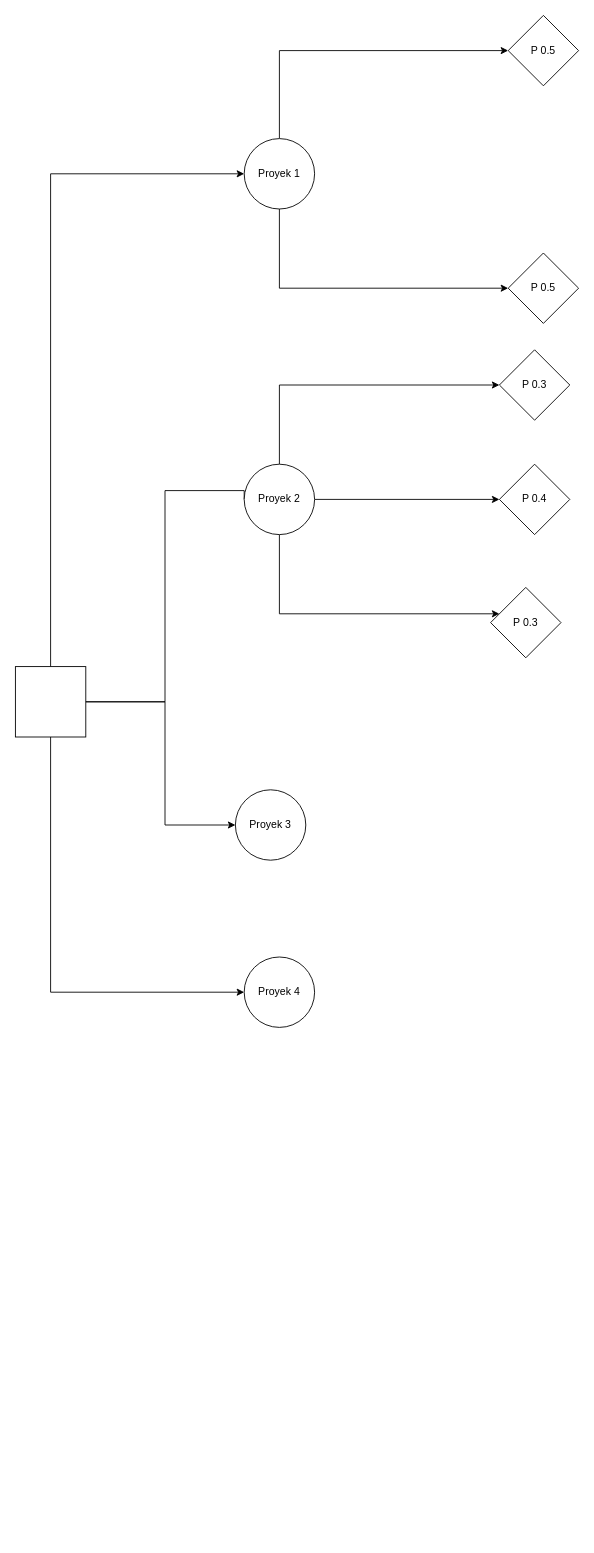
The draw.io diagram week13.drawio in thirza258/draw.io, before the edit. Source tidied: cells renumbered, new cells numbered last; positions are measured from the earlier drawing's top-left corner, leaving out a move shared by most shapes. Both pictures are drawn from the tidied source at 88%, with x=0, y=0 at pixel (15, 15).
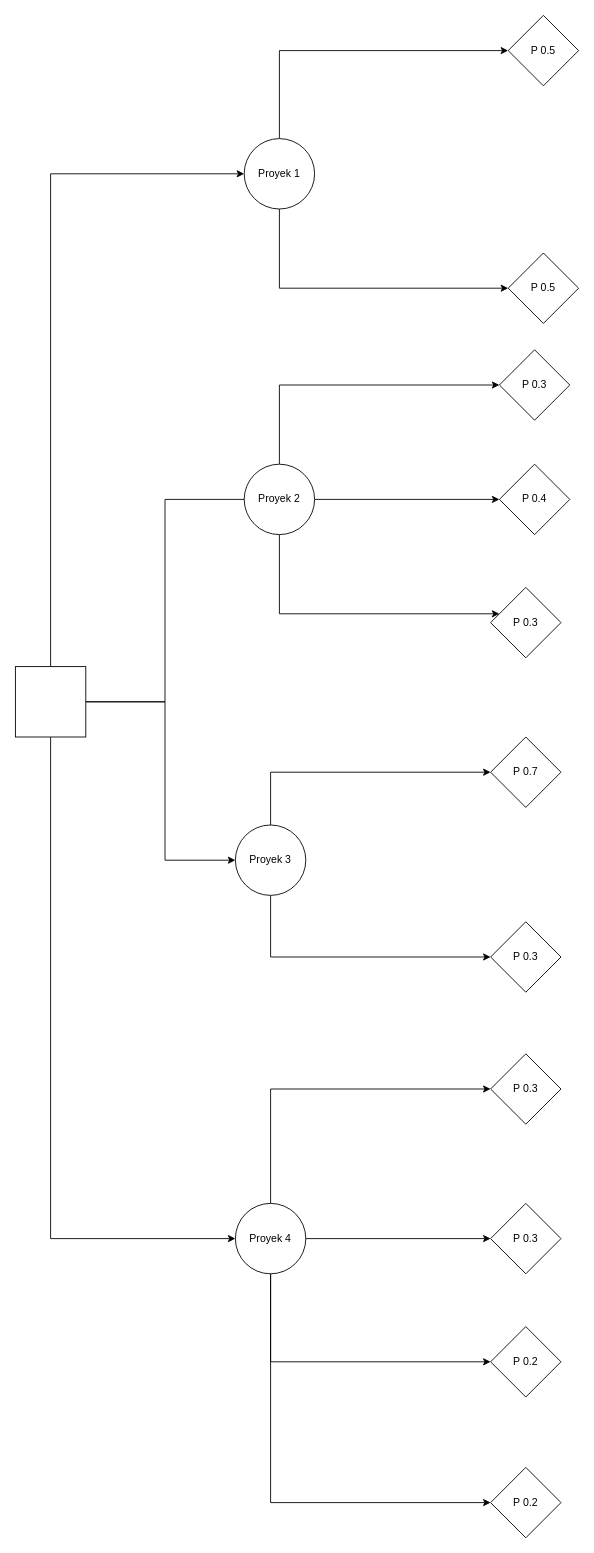
The same page after the edit.

The change refers to these unchanged cells:
```xml
<mxCell id="5" style="whiteSpace=wrap;html=1;" parent="1" vertex="1">
  <mxGeometry y="740" width="80" height="80" as="geometry" />
</mxCell>
<mxCell id="10" value="Proyek 2" style="ellipse;whiteSpace=wrap;html=1;" parent="1" vertex="1">
  <mxGeometry x="260" y="510" width="80" height="80" as="geometry" />
</mxCell>
```

The edit, as a diff of the source:
```diff
@@
     <mxCell id="2" style="rounded=0;jettySize=auto;html=1;entryX=0;entryY=0.5;entryDx=0;entryDy=0;edgeStyle=orthogonalEdgeStyle;" parent="1" edge="1" source="5" target="11">
       <mxGeometry relative="1" as="geometry">
         <Array as="points">
           <mxPoint x="170" y="780" />
-          <mxPoint x="170" y="920" />
+          <mxPoint x="170" y="960" />
         </Array>
       </mxGeometry>
     </mxCell>
     <mxCell id="3" style="edgeStyle=orthogonalEdgeStyle;rounded=0;jettySize=auto;html=1;entryX=0;entryY=0.5;entryDx=0;entryDy=0;" parent="1" edge="1" source="5" target="12">
       <mxGeometry relative="1" as="geometry">
         <Array as="points">
-          <mxPoint x="40" y="1110" />
+          <mxPoint x="40" y="1390" />
         </Array>
       </mxGeometry>
     </mxCell>
@@
     <mxCell id="6" style="rounded=0;jettySize=auto;html=1;exitX=0;exitY=0.5;exitDx=0;exitDy=0;endArrow=none;endFill=0;entryX=1;entryY=0.5;entryDx=0;entryDy=0;edgeStyle=orthogonalEdgeStyle;" parent="1" edge="1" source="10" target="5">
       <mxGeometry relative="1" as="geometry">
         <Array as="points">
-          <mxPoint x="260" y="540" />
-          <mxPoint x="170" y="540" />
+          <mxPoint x="170" y="550" />
           <mxPoint x="170" y="780" />
         </Array>
       </mxGeometry>
     </mxCell>
@@
+    <mxCell id="21" style="edgeStyle=orthogonalEdgeStyle;rounded=0;jettySize=auto;html=1;" parent="1" edge="1" source="11" target="27">
+      <mxGeometry relative="1" as="geometry">
+        <Array as="points">
+          <mxPoint x="290" y="860" />
+        </Array>
+      </mxGeometry>
+    </mxCell>
+    <mxCell id="22" style="edgeStyle=orthogonalEdgeStyle;rounded=0;jettySize=auto;html=1;" parent="1" edge="1" source="11" target="28">
+      <mxGeometry relative="1" as="geometry">
+        <Array as="points">
+          <mxPoint x="290" y="1070" />
+        </Array>
+      </mxGeometry>
+    </mxCell>
     <mxCell id="11" value="Proyek 3" style="ellipse;whiteSpace=wrap;html=1;" parent="1" vertex="1">
-      <mxGeometry x="250" y="880" width="80" height="80" as="geometry" />
+      <mxGeometry x="250" y="920" width="80" height="80" as="geometry" />
     </mxCell>
+    <mxCell id="23" style="edgeStyle=orthogonalEdgeStyle;rounded=0;jettySize=auto;html=1;" parent="1" edge="1" source="12" target="29">
+      <mxGeometry relative="1" as="geometry">
+        <Array as="points">
+          <mxPoint x="290" y="1220" />
+        </Array>
+      </mxGeometry>
+    </mxCell>
+    <mxCell id="24" style="edgeStyle=orthogonalEdgeStyle;rounded=0;jettySize=auto;html=1;" parent="1" edge="1" source="12" target="30">
+      <mxGeometry relative="1" as="geometry">
+        <Array as="points">
+          <mxPoint x="290" y="1390" />
+        </Array>
+      </mxGeometry>
+    </mxCell>
+    <mxCell id="25" style="edgeStyle=orthogonalEdgeStyle;rounded=0;jettySize=auto;html=1;" parent="1" edge="1" source="12" target="31">
+      <mxGeometry relative="1" as="geometry">
+        <Array as="points">
+          <mxPoint x="290" y="1530" />
+        </Array>
+      </mxGeometry>
+    </mxCell>
+    <mxCell id="26" style="edgeStyle=orthogonalEdgeStyle;rounded=0;jettySize=auto;html=1;" parent="1" edge="1" source="12" target="32">
+      <mxGeometry relative="1" as="geometry">
+        <Array as="points">
+          <mxPoint x="290" y="1690" />
+        </Array>
+      </mxGeometry>
+    </mxCell>
     <mxCell id="12" value="Proyek 4" style="ellipse;whiteSpace=wrap;html=1;" parent="1" vertex="1">
-      <mxGeometry x="260" y="1070" width="80" height="80" as="geometry" />
+      <mxGeometry x="250" y="1350" width="80" height="80" as="geometry" />
     </mxCell>
@@
+    <mxCell id="27" value="P 0.7" style="rhombus;whiteSpace=wrap;html=1;" parent="1" vertex="1">
+      <mxGeometry x="540" y="820" width="80" height="80" as="geometry" />
+    </mxCell>
+    <mxCell id="28" value="P 0.3" style="rhombus;whiteSpace=wrap;html=1;" parent="1" vertex="1">
+      <mxGeometry x="540" y="1030" width="80" height="80" as="geometry" />
+    </mxCell>
+    <mxCell id="29" value="P 0.3" style="rhombus;whiteSpace=wrap;html=1;" parent="1" vertex="1">
+      <mxGeometry x="540" y="1180" width="80" height="80" as="geometry" />
+    </mxCell>
+    <mxCell id="30" value="P 0.3" style="rhombus;whiteSpace=wrap;html=1;" parent="1" vertex="1">
+      <mxGeometry x="540" y="1350" width="80" height="80" as="geometry" />
+    </mxCell>
+    <mxCell id="31" value="P 0.2" style="rhombus;whiteSpace=wrap;html=1;" parent="1" vertex="1">
+      <mxGeometry x="540" y="1490" width="80" height="80" as="geometry" />
+    </mxCell>
+    <mxCell id="32" value="P 0.2" style="rhombus;whiteSpace=wrap;html=1;" parent="1" vertex="1">
+      <mxGeometry x="540" y="1650" width="80" height="80" as="geometry" />
+    </mxCell>
```
